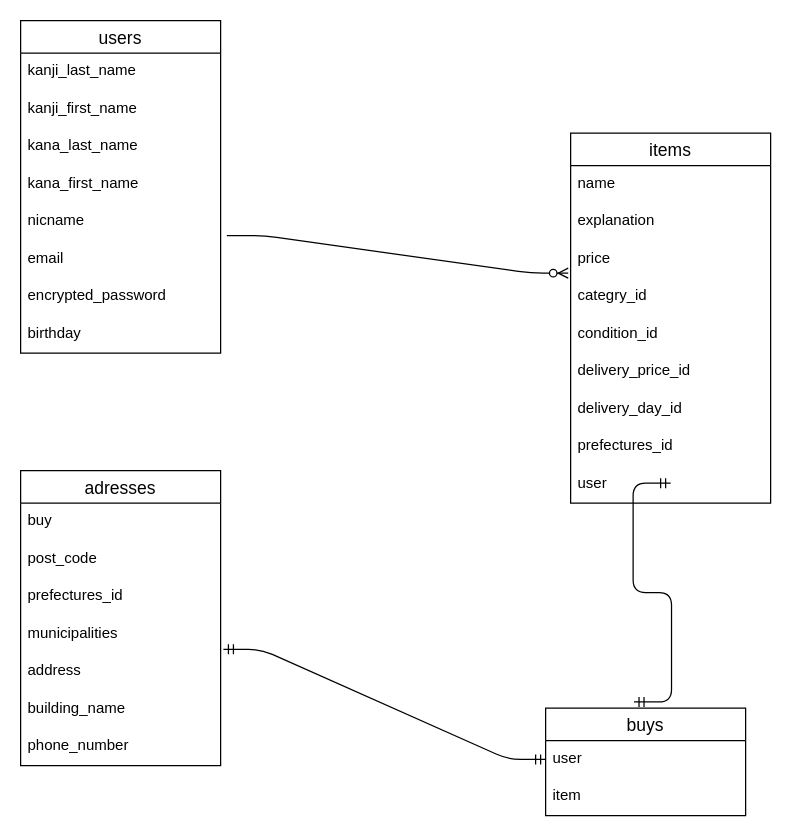
Before: furima.dio in oda27/furima-38275, a draw.io diagram. Source tidied: cells renumbered, new cells numbered last; positions are measured from the earlier drawing's top-left corner, leaving out a move shared by most shapes. Both pictures are drawn from the tidied source at 125%, with x=0, y=0 at pixel (20, 20).
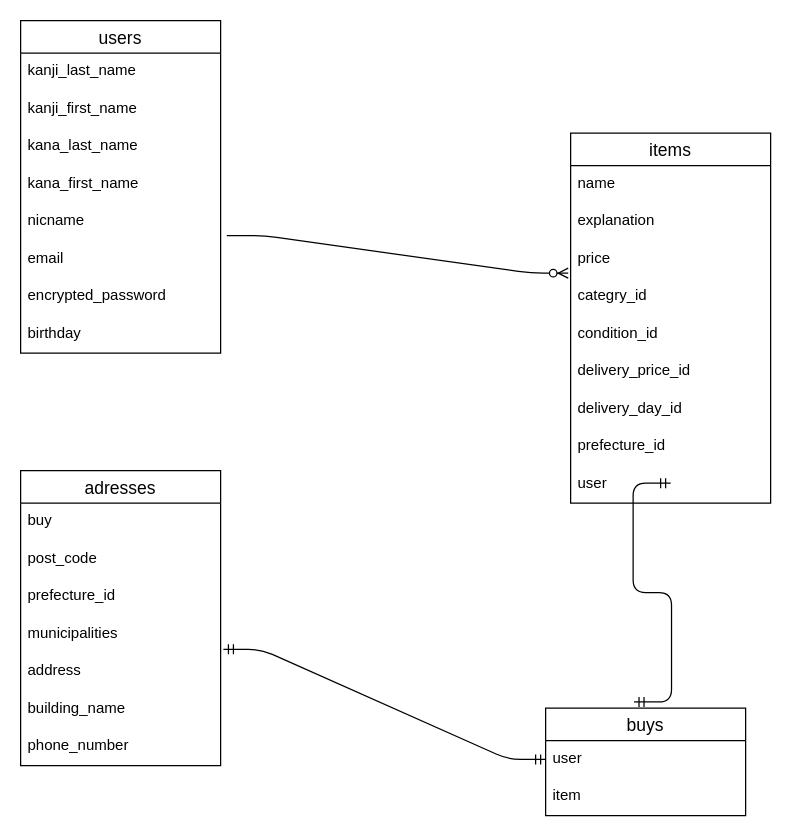
Above is the later version.

Commit message (it also covers changes not shown here):
データベース設計

Unchanged cells that the change refers to:
```xml
<mxCell id="14" value="adresses" style="swimlane;fontStyle=0;horizontal=1;startSize=26;align=center;fontSize=14;" parent="1" vertex="1">
  <mxGeometry y="360" width="160" height="236" as="geometry" />
</mxCell>
<mxCell id="22" value="items" style="swimlane;fontStyle=0;horizontal=1;startSize=26;align=center;fontSize=14;" parent="1" vertex="1">
  <mxGeometry x="440" y="90" width="160" height="296" as="geometry" />
</mxCell>
```

Change to the diagram source:
```diff
@@
-    <mxCell id="17" value="prefectures_id" style="text;strokeColor=none;fillColor=none;spacingLeft=4;spacingRight=4;overflow=hidden;fontSize=12;" parent="14" vertex="1">
+    <mxCell id="17" value="prefecture_id" style="text;strokeColor=none;fillColor=none;spacingLeft=4;spacingRight=4;overflow=hidden;fontSize=12;" parent="14" vertex="1">
       <mxGeometry y="86" width="160" height="30" as="geometry" />
     </mxCell>
@@
-    <mxCell id="30" value="prefectures_id" style="text;strokeColor=none;fillColor=none;spacingLeft=4;spacingRight=4;overflow=hidden;fontSize=12;" parent="22" vertex="1">
+    <mxCell id="30" value="prefecture_id" style="text;strokeColor=none;fillColor=none;spacingLeft=4;spacingRight=4;overflow=hidden;fontSize=12;" parent="22" vertex="1">
       <mxGeometry y="236" width="160" height="30" as="geometry" />
     </mxCell>
```
